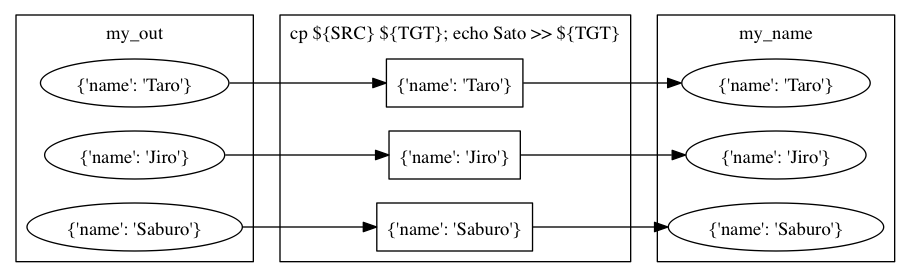
Before: document/source/figures/metanode_2.png, a diagram exported from Graphviz (pfi/maf). Its source is kept beside it as document/source/figures/metanode_2.dot. Source of this version:
```dot
digraph G {
  graph [rankdir=LR]

  subgraph cluster_my_out {
    label="my_out"

    taro [label="{'name': 'Taro'}"]
    jiro [label="{'name': 'Jiro'}"]
    saburo [label="{'name': 'Saburo'}"]
  }

  subgraph cluster_append_name {
    label="cp ${SRC} ${TGT}; echo Sato >> ${TGT}"

    cp_taro [shape=box, label="{'name': 'Taro'}"]
    cp_jiro [shape=box, label="{'name': 'Jiro'}"]
    cp_saburo [shape=box, label="{'name': 'Saburo'}"]
  }

  taro -> cp_taro
  jiro -> cp_jiro
  saburo -> cp_saburo

  subgraph cluster_my_name {
    label="my_name"

    sato_taro [label="{'name': 'Taro'}"]
    sato_jiro [label="{'name': 'Jiro'}"]
    sato_saburo [label="{'name': 'Saburo'}"]
  }

  cp_taro -> sato_taro
  cp_jiro -> sato_jiro
  cp_saburo -> sato_saburo
}
```
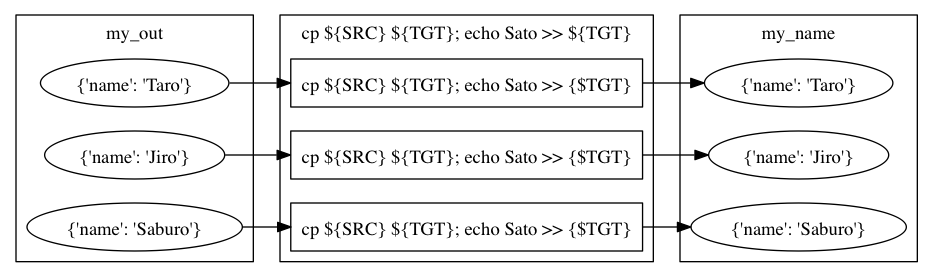
After the change.

The edit, as a diff of the source:
```diff
@@ -12,9 +12,9 @@
   subgraph cluster_append_name {
     label="cp ${SRC} ${TGT}; echo Sato >> ${TGT}"
 
-    cp_taro [shape=box, label="{'name': 'Taro'}"]
-    cp_jiro [shape=box, label="{'name': 'Jiro'}"]
-    cp_saburo [shape=box, label="{'name': 'Saburo'}"]
+    cp_taro [shape=box, label="cp ${SRC} ${TGT}; echo Sato >> {$TGT}"]
+    cp_jiro [shape=box, label="cp ${SRC} ${TGT}; echo Sato >> {$TGT}"]
+    cp_saburo [shape=box, label="cp ${SRC} ${TGT}; echo Sato >> {$TGT}"]
   }
 
   taro -> cp_taro
```
